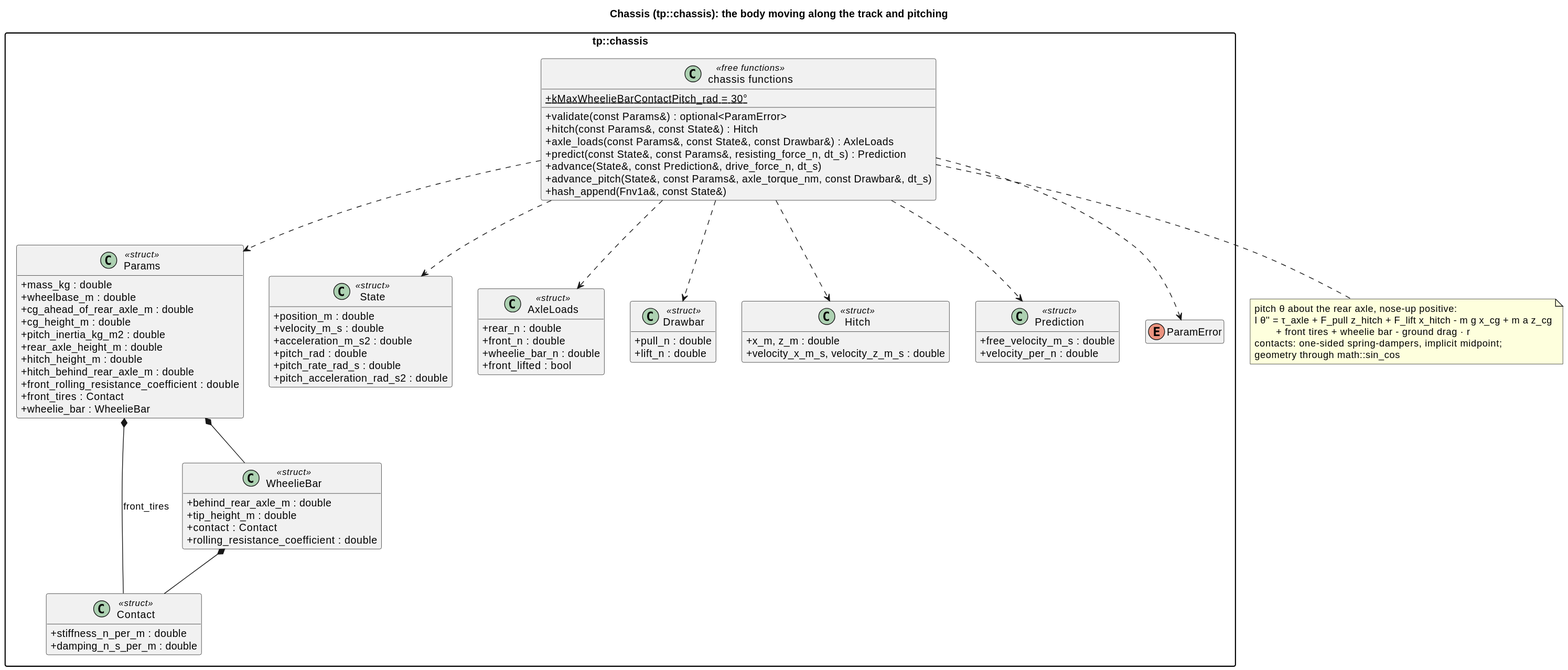
Before: docs/diagrams/svg/chassis_classes.svg, a diagram exported from PlantUML (wversteeg/TractorPulling).
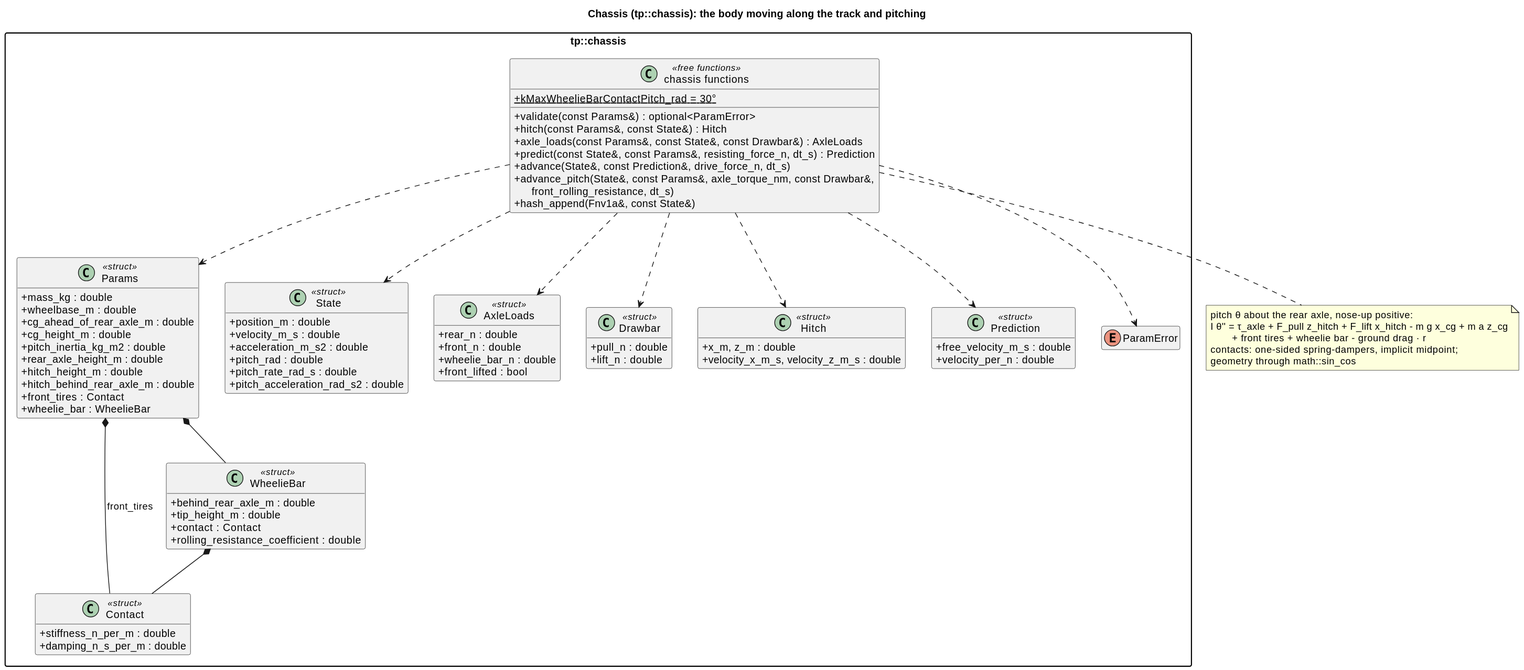
After the commit.

What changed in the source:
```diff
@@ -14,7 +14,6 @@
     +rear_axle_height_m : double
     +hitch_height_m : double
     +hitch_behind_rear_axle_m : double
-    +front_rolling_resistance_coefficient : double
     +front_tires : Contact
     +wheelie_bar : WheelieBar
   }
@@ -62,7 +61,7 @@
     +axle_loads(const Params&, const State&, const Drawbar&) : AxleLoads
     +predict(const State&, const Params&, resisting_force_n, dt_s) : Prediction
     +advance(State&, const Prediction&, drive_force_n, dt_s)
-    +advance_pitch(State&, const Params&, axle_torque_nm, const Drawbar&, dt_s)
+    +advance_pitch(State&, const Params&, axle_torque_nm, const Drawbar&,\n      front_rolling_resistance, dt_s)
     +hash_append(Fnv1a&, const State&)
   }
   Params *-- Contact : front_tires
```
